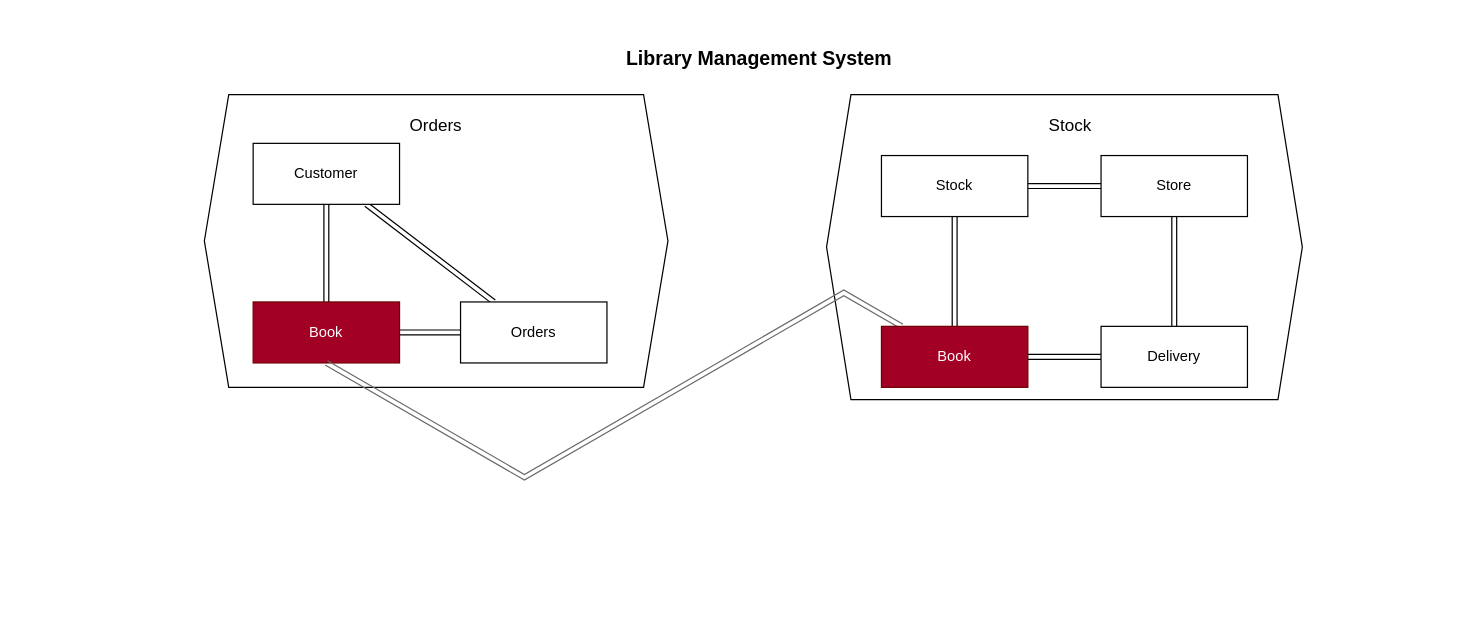
Earlier version of the draw.io diagram InitialDDDDiagram.drawio (Stijnkluiters/library-management-system). Source tidied: cells renumbered, new cells numbered last; positions are measured from the earlier drawing's top-left corner, leaving out a move shared by most shapes. Both pictures are drawn from the tidied source at 122%, with x=0, y=0 at pixel (204, 21).
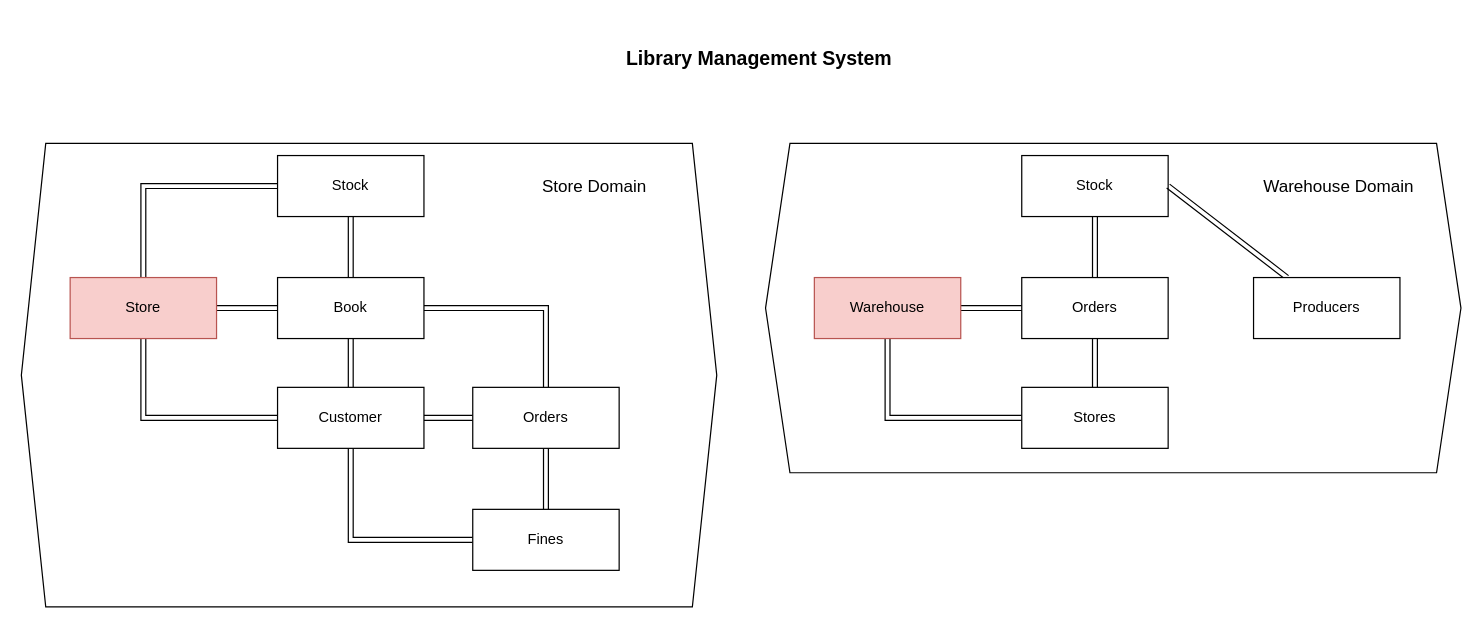
After the change.

The edit, as a diff of the source:
```diff
@@
-    <mxCell id="2" style="shape=hexagon;perimeter=hexagonPerimeter2;whiteSpace=wrap;html=1;fixedSize=1;" parent="1" vertex="1">
-      <mxGeometry y="60" width="380" height="240" as="geometry" />
-    </mxCell>
-    <mxCell id="3" style="edgeStyle=orthogonalEdgeStyle;rounded=0;jettySize=auto;html=1;shape=link;" parent="1" edge="1" source="5" target="7">
-      <mxGeometry relative="1" as="geometry" />
-    </mxCell>
-    <mxCell id="4" style="rounded=0;jettySize=auto;html=1;shape=link;" parent="1" edge="1" source="5" target="8">
-      <mxGeometry relative="1" as="geometry" />
-    </mxCell>
+    <mxCell id="11" value="&lt;b&gt;&lt;font style=&quot;font-size: 16px;&quot;&gt;Library Management System&lt;/font&gt;&lt;/b&gt;" style="text;html=1;strokeColor=none;fillColor=none;align=center;verticalAlign=middle;whiteSpace=wrap;rounded=0;" parent="1" vertex="1">
+      <mxGeometry x="290" width="330" height="60" as="geometry" />
+    </mxCell>
+    <mxCell id="22" style="shape=hexagon;perimeter=hexagonPerimeter2;whiteSpace=wrap;html=1;fixedSize=1;" parent="1" vertex="1">
+      <mxGeometry x="-150" y="100" width="570" height="380" as="geometry" />
+    </mxCell>
+    <mxCell id="23" style="rounded=0;jettySize=auto;html=1;shape=link;edgeStyle=orthogonalEdgeStyle;" parent="1" edge="1" source="26" target="34">
+      <mxGeometry relative="1" as="geometry" />
+    </mxCell>
+    <mxCell id="24" style="rounded=0;jettySize=auto;html=1;shape=link;" parent="1" edge="1" source="26" target="28">
+      <mxGeometry relative="1" as="geometry" />
+    </mxCell>
+    <mxCell id="25" style="edgeStyle=orthogonalEdgeStyle;rounded=0;jettySize=auto;html=1;shape=link;" parent="1" edge="1" source="26" target="17">
+      <mxGeometry relative="1" as="geometry" />
+    </mxCell>
+    <mxCell id="26" value="Book" style="rounded=0;whiteSpace=wrap;html=1;" parent="1" vertex="1">
+      <mxGeometry x="60" y="210" width="120" height="50" as="geometry" />
+    </mxCell>
+    <mxCell id="27" style="rounded=0;jettySize=auto;html=1;entryX=0.5;entryY=0;entryDx=0;entryDy=0;shape=link;edgeStyle=orthogonalEdgeStyle;" parent="1" edge="1" source="28" target="17">
+      <mxGeometry relative="1" as="geometry" />
+    </mxCell>
+    <mxCell id="28" value="Stock" style="rounded=0;whiteSpace=wrap;html=1;" parent="1" vertex="1">
+      <mxGeometry x="60" y="110" width="120" height="50" as="geometry" />
+    </mxCell>
+    <mxCell id="29" style="rounded=0;jettySize=auto;html=1;shape=link;exitX=0.5;exitY=1;exitDx=0;exitDy=0;" parent="1" edge="1" source="26" target="5">
+      <mxGeometry relative="1" as="geometry" />
+    </mxCell>
+    <mxCell id="30" style="rounded=0;jettySize=auto;html=1;shape=link;edgeStyle=orthogonalEdgeStyle;" parent="1" edge="1" source="17" target="5">
+      <mxGeometry relative="1" as="geometry">
+        <Array as="points">
+          <mxPoint x="-50" y="325" />
+        </Array>
+      </mxGeometry>
+    </mxCell>
+    <mxCell id="17" value="Store" style="rounded=0;whiteSpace=wrap;html=1;fillColor=#f8cecc;strokeColor=#b85450;" parent="1" vertex="1">
+      <mxGeometry x="-110" y="210" width="120" height="50" as="geometry" />
+    </mxCell>
+    <mxCell id="31" value="Store Domain" style="text;html=1;strokeColor=none;fillColor=none;align=center;verticalAlign=middle;whiteSpace=wrap;rounded=0;fontSize=14;" parent="1" vertex="1">
+      <mxGeometry x="230" y="120" width="180" height="30" as="geometry" />
+    </mxCell>
+    <mxCell id="32" style="edgeStyle=orthogonalEdgeStyle;rounded=0;jettySize=auto;html=1;entryX=1;entryY=0.5;entryDx=0;entryDy=0;shape=link;" parent="1" edge="1" source="34" target="5">
+      <mxGeometry relative="1" as="geometry" />
+    </mxCell>
+    <mxCell id="33" style="rounded=0;jettySize=auto;html=1;shape=link;" parent="1" edge="1" source="34" target="44">
+      <mxGeometry relative="1" as="geometry" />
+    </mxCell>
+    <mxCell id="34" value="Orders" style="rounded=0;whiteSpace=wrap;html=1;" parent="1" vertex="1">
+      <mxGeometry x="220" y="300" width="120" height="50" as="geometry" />
+    </mxCell>
+    <mxCell id="35" style="edgeStyle=orthogonalEdgeStyle;rounded=0;jettySize=auto;html=1;entryX=0;entryY=0.5;entryDx=0;entryDy=0;shape=link;" parent="1" edge="1" source="5" target="44">
+      <mxGeometry relative="1" as="geometry">
+        <Array as="points">
+          <mxPoint x="120" y="425" />
+        </Array>
+      </mxGeometry>
+    </mxCell>
     <mxCell id="5" value="Customer" style="rounded=0;whiteSpace=wrap;html=1;" parent="1" vertex="1">
-      <mxGeometry x="40" y="100" width="120" height="50" as="geometry" />
+      <mxGeometry x="60" y="300" width="120" height="50" as="geometry" />
     </mxCell>
-    <mxCell id="6" style="edgeStyle=orthogonalEdgeStyle;rounded=0;jettySize=auto;html=1;shape=link;" parent="1" edge="1" source="7" target="8">
-      <mxGeometry relative="1" as="geometry" />
-    </mxCell>
-    <mxCell id="7" value="Book" style="rounded=0;whiteSpace=wrap;html=1;fillColor=#a20025;fontColor=#ffffff;strokeColor=#6F0000;" parent="1" vertex="1">
-      <mxGeometry x="40" y="230" width="120" height="50" as="geometry" />
-    </mxCell>
-    <mxCell id="8" value="Orders" style="rounded=0;whiteSpace=wrap;html=1;" parent="1" vertex="1">
-      <mxGeometry x="210" y="230" width="120" height="50" as="geometry" />
-    </mxCell>
-    <mxCell id="9" value="Orders" style="text;html=1;strokeColor=none;fillColor=none;align=center;verticalAlign=middle;whiteSpace=wrap;rounded=0;fontSize=14;" parent="1" vertex="1">
-      <mxGeometry x="100" y="70" width="180" height="30" as="geometry" />
-    </mxCell>
-    <mxCell id="10" style="shape=hexagon;perimeter=hexagonPerimeter2;whiteSpace=wrap;html=1;fixedSize=1;" parent="1" vertex="1">
-      <mxGeometry x="510" y="60" width="390" height="250" as="geometry" />
-    </mxCell>
-    <mxCell id="11" value="&lt;b&gt;&lt;font style=&quot;font-size: 16px;&quot;&gt;Library Management System&lt;/font&gt;&lt;/b&gt;" style="text;html=1;strokeColor=none;fillColor=none;align=center;verticalAlign=middle;whiteSpace=wrap;rounded=0;" parent="1" vertex="1">
-      <mxGeometry x="290" width="330" height="60" as="geometry" />
-    </mxCell>
-    <mxCell id="12" style="edgeStyle=orthogonalEdgeStyle;rounded=0;jettySize=auto;html=1;shape=link;" parent="1" edge="1" source="14" target="16">
-      <mxGeometry relative="1" as="geometry" />
-    </mxCell>
-    <mxCell id="13" style="edgeStyle=isometricEdgeStyle;rounded=0;jettySize=auto;html=1;shape=link;entryX=0.5;entryY=1;entryDx=0;entryDy=0;elbow=vertical;strokeColor=#696969;" parent="1" edge="1" source="14" target="7">
-      <mxGeometry relative="1" as="geometry">
-        <Array as="points">
-          <mxPoint x="390" y="300" />
-        </Array>
-      </mxGeometry>
-    </mxCell>
-    <mxCell id="14" value="Book" style="rounded=0;whiteSpace=wrap;html=1;fillColor=#a20025;fontColor=#ffffff;strokeColor=#6F0000;" parent="1" vertex="1">
-      <mxGeometry x="555" y="250" width="120" height="50" as="geometry" />
-    </mxCell>
-    <mxCell id="15" style="edgeStyle=orthogonalEdgeStyle;rounded=0;jettySize=auto;html=1;shape=link;" parent="1" edge="1" source="16" target="17">
-      <mxGeometry relative="1" as="geometry" />
-    </mxCell>
-    <mxCell id="16" value="Stock" style="rounded=0;whiteSpace=wrap;html=1;" parent="1" vertex="1">
-      <mxGeometry x="555" y="110" width="120" height="50" as="geometry" />
-    </mxCell>
-    <mxCell id="17" value="Store" style="rounded=0;whiteSpace=wrap;html=1;" parent="1" vertex="1">
-      <mxGeometry x="735" y="110" width="120" height="50" as="geometry" />
-    </mxCell>
-    <mxCell id="18" style="edgeStyle=orthogonalEdgeStyle;rounded=0;jettySize=auto;html=1;shape=link;" parent="1" edge="1" source="20" target="17">
-      <mxGeometry relative="1" as="geometry" />
-    </mxCell>
-    <mxCell id="19" style="edgeStyle=orthogonalEdgeStyle;rounded=0;jettySize=auto;html=1;shape=link;" parent="1" edge="1" source="20" target="14">
-      <mxGeometry relative="1" as="geometry" />
-    </mxCell>
-    <mxCell id="20" value="Delivery" style="rounded=0;whiteSpace=wrap;html=1;" parent="1" vertex="1">
-      <mxGeometry x="735" y="250" width="120" height="50" as="geometry" />
-    </mxCell>
-    <mxCell id="21" value="Stock" style="text;html=1;strokeColor=none;fillColor=none;align=center;verticalAlign=middle;whiteSpace=wrap;rounded=0;fontSize=14;" parent="1" vertex="1">
-      <mxGeometry x="620" y="70" width="180" height="30" as="geometry" />
-    </mxCell>
+    <mxCell id="36" style="shape=hexagon;perimeter=hexagonPerimeter2;whiteSpace=wrap;html=1;fixedSize=1;" parent="1" vertex="1">
+      <mxGeometry x="460" y="100" width="570" height="270" as="geometry" />
+    </mxCell>
+    <mxCell id="37" style="rounded=0;jettySize=auto;html=1;shape=link;" parent="1" edge="1" source="38" target="39">
+      <mxGeometry relative="1" as="geometry" />
+    </mxCell>
+    <mxCell id="38" value="Orders" style="rounded=0;whiteSpace=wrap;html=1;" parent="1" vertex="1">
+      <mxGeometry x="670" y="210" width="120" height="50" as="geometry" />
+    </mxCell>
+    <mxCell id="39" value="Stock" style="rounded=0;whiteSpace=wrap;html=1;" parent="1" vertex="1">
+      <mxGeometry x="670" y="110" width="120" height="50" as="geometry" />
+    </mxCell>
+    <mxCell id="40" style="edgeStyle=orthogonalEdgeStyle;rounded=0;jettySize=auto;html=1;entryX=0;entryY=0.5;entryDx=0;entryDy=0;shape=link;" parent="1" edge="1" source="42" target="46">
+      <mxGeometry relative="1" as="geometry">
+        <Array as="points">
+          <mxPoint x="560" y="325" />
+        </Array>
+      </mxGeometry>
+    </mxCell>
+    <mxCell id="41" style="edgeStyle=orthogonalEdgeStyle;rounded=0;jettySize=auto;html=1;shape=link;" parent="1" edge="1" source="42" target="38">
+      <mxGeometry relative="1" as="geometry" />
+    </mxCell>
+    <mxCell id="42" value="Warehouse" style="rounded=0;whiteSpace=wrap;html=1;fillColor=#f8cecc;strokeColor=#b85450;" parent="1" vertex="1">
+      <mxGeometry x="500" y="210" width="120" height="50" as="geometry" />
+    </mxCell>
+    <mxCell id="43" value="Warehouse Domain" style="text;html=1;strokeColor=none;fillColor=none;align=center;verticalAlign=middle;whiteSpace=wrap;rounded=0;fontSize=14;" parent="1" vertex="1">
+      <mxGeometry x="840" y="120" width="180" height="30" as="geometry" />
+    </mxCell>
+    <mxCell id="44" value="Fines" style="rounded=0;whiteSpace=wrap;html=1;" parent="1" vertex="1">
+      <mxGeometry x="220" y="400" width="120" height="50" as="geometry" />
+    </mxCell>
+    <mxCell id="45" style="edgeStyle=orthogonalEdgeStyle;rounded=0;jettySize=auto;html=1;shape=link;" parent="1" edge="1" source="46" target="38">
+      <mxGeometry relative="1" as="geometry" />
+    </mxCell>
+    <mxCell id="46" value="Stores" style="rounded=0;whiteSpace=wrap;html=1;" parent="1" vertex="1">
+      <mxGeometry x="670" y="300" width="120" height="50" as="geometry" />
+    </mxCell>
+    <mxCell id="47" style="rounded=0;jettySize=auto;html=1;entryX=1;entryY=0.5;entryDx=0;entryDy=0;shape=link;" parent="1" edge="1" source="48" target="39">
+      <mxGeometry relative="1" as="geometry" />
+    </mxCell>
+    <mxCell id="48" value="Producers" style="rounded=0;whiteSpace=wrap;html=1;" parent="1" vertex="1">
+      <mxGeometry x="860" y="210" width="120" height="50" as="geometry" />
+    </mxCell>
```
